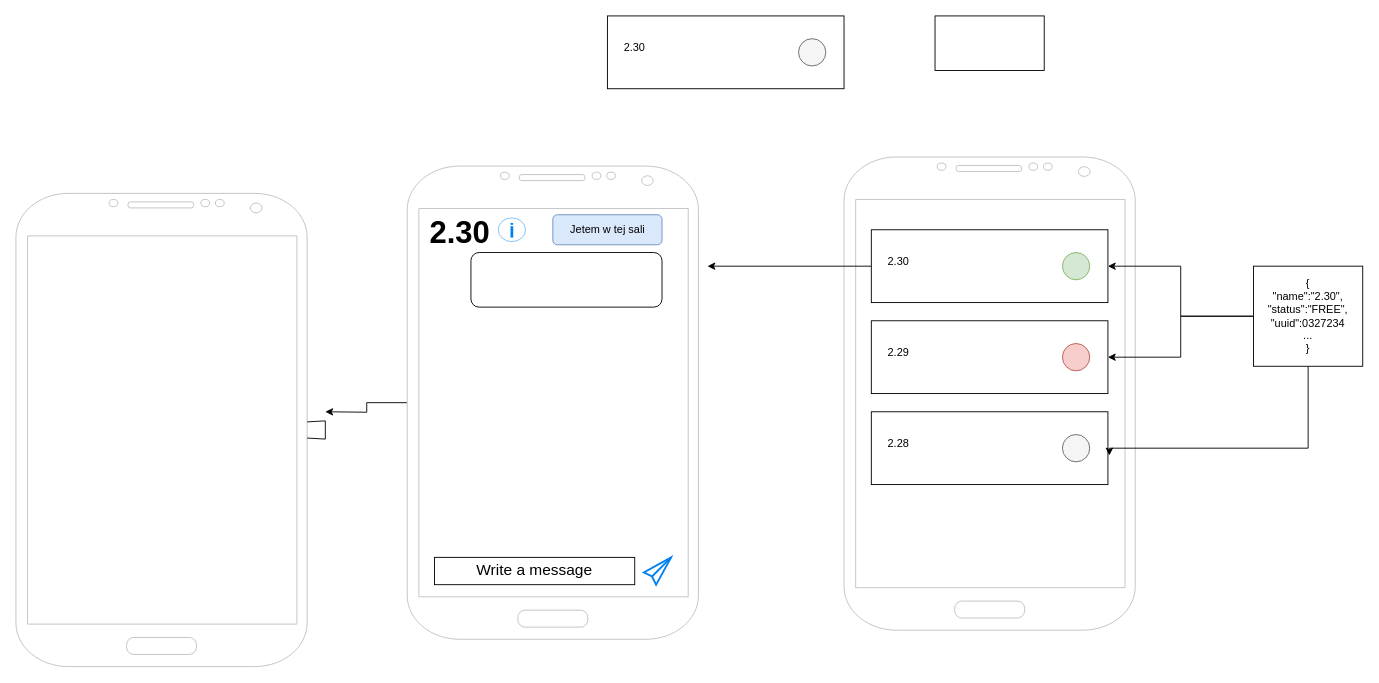
This is page "Page-4" (10 of 13) of calmstring.drawio from calmstring/notes, a draw.io file, before an edit. Source tidied: cells renumbered, new cells numbered last; positions are measured from the earlier drawing's top-left corner, leaving out a move shared by most shapes. Both pictures are drawn from the tidied source at 91%, with x=0, y=0 at pixel (15, 15).
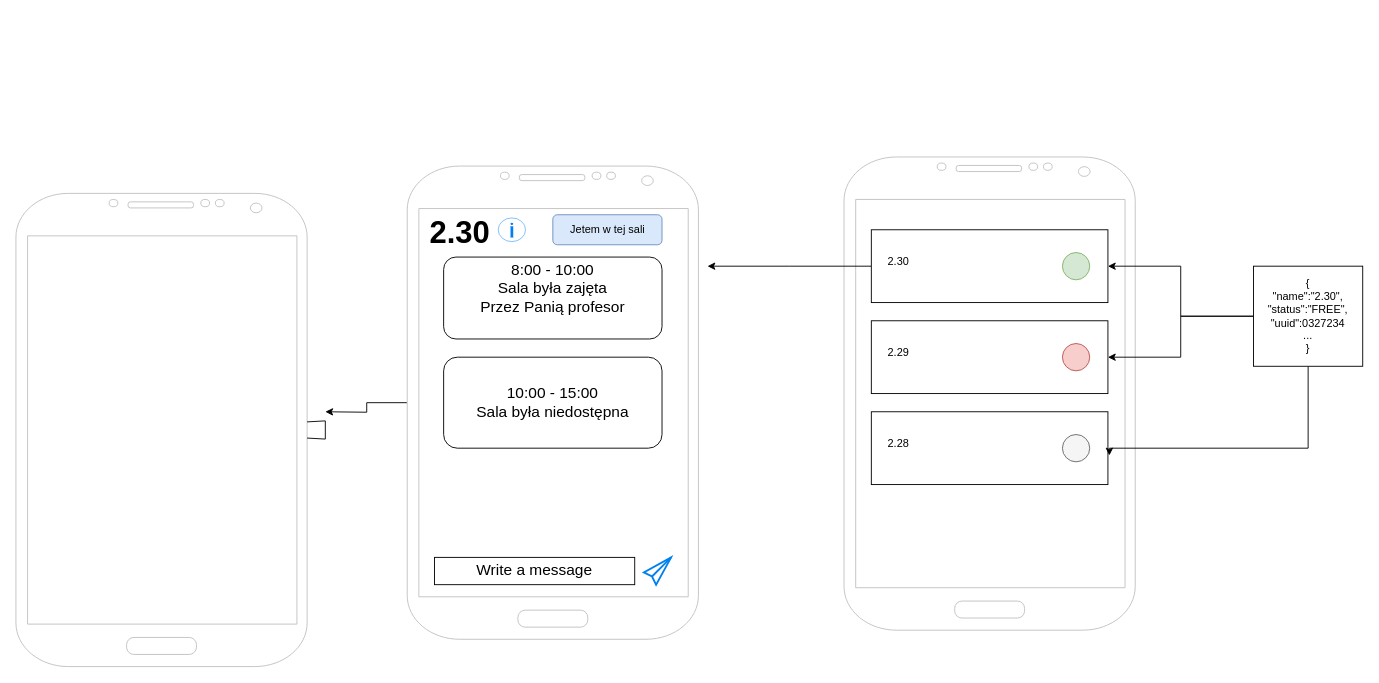
After the change.

Change to the diagram source:
```diff
@@
-    <mxCell id="3" style="rounded=0;whiteSpace=wrap;html=1;" parent="1" vertex="1">
-      <mxGeometry x="650" width="260" height="80" as="geometry" />
-    </mxCell>
-    <mxCell id="4" value="2.30" style="text;html=1;strokeColor=none;fillColor=none;align=center;verticalAlign=middle;whiteSpace=wrap;rounded=0;" parent="1" vertex="1">
-      <mxGeometry x="650" y="20" width="60" height="30" as="geometry" />
-    </mxCell>
-    <mxCell id="5" style="rounded=0;whiteSpace=wrap;html=1;" parent="1" vertex="1">
-      <mxGeometry x="1010" width="120" height="60" as="geometry" />
-    </mxCell>
-    <mxCell id="6" style="ellipse;whiteSpace=wrap;html=1;fillColor=#f5f5f5;strokeColor=#666666;fontColor=#333333;" parent="1" vertex="1">
-      <mxGeometry x="860" y="25" width="30" height="30" as="geometry" />
-    </mxCell>
@@
-    <mxCell id="30" style="rounded=1;whiteSpace=wrap;html=1;fontSize=17;" parent="1" vertex="1">
-      <mxGeometry x="500" y="260" width="210" height="60" as="geometry" />
+    <mxCell id="30" value="&lt;div&gt;8:00 - 10:00 &lt;br&gt;&lt;/div&gt;&lt;div&gt;Sala była zajęta &lt;br&gt;&lt;/div&gt;&lt;div&gt;Przez Panią profesor &lt;br&gt;&lt;/div&gt;&lt;div&gt;&lt;br&gt;&lt;/div&gt;" style="rounded=1;whiteSpace=wrap;html=1;fontSize=17;" parent="1" vertex="1">
+      <mxGeometry x="470" y="265" width="240" height="90" as="geometry" />
     </mxCell>
+    <mxCell id="31" value="&lt;div&gt;10:00 - 15:00&lt;br&gt;&lt;/div&gt;&lt;div&gt;Sala była niedostępna &lt;/div&gt;" style="rounded=1;whiteSpace=wrap;html=1;fontSize=17;" parent="1" vertex="1">
+      <mxGeometry x="470" y="375" width="240" height="100" as="geometry" />
+    </mxCell>
```
